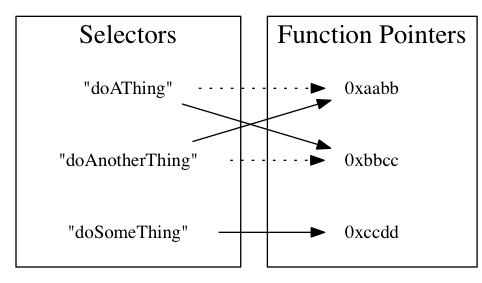
KKBOX/kkbox-ios-dev keeps this Graphviz diagram as selector/selector3.png. Above is the earlier version. Its source is kept beside it as selector/selector3.gv.
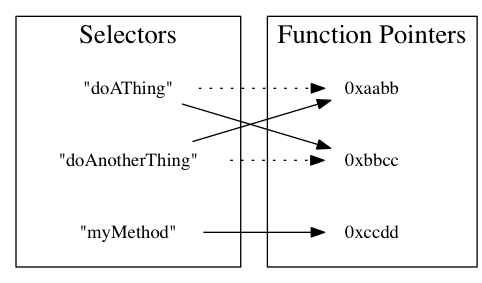
After the commit.

What changed in the source:
```diff
@@ -1,24 +1,24 @@
 digraph G {
-	rankdir=LR;
-	node [style=filled,color=white];
-	 subgraph cluster0 {
-	 	 label="Selectors"
-		 fontsize=20
-		 "\"doAThing\""
-		 "\"doAnotherThing\""
-		 "\"doSomeThing\""
-	}
-	 subgraph cluster1 {
-	 	 label="Function Pointers"
-		 fontsize=20
-		 "0xaabb"
-		 "0xbbcc"
-		 "0xccdd"
-	}
+    rankdir=LR;
+    node [style=filled,color=white];
+     subgraph cluster0 {
+         label="Selectors"
+         fontsize=20
+         "\"doAThing\""
+         "\"doAnotherThing\""
+         "\"myMethod\""
+    }
+     subgraph cluster1 {
+         label="Function Pointers"
+         fontsize=20
+         "0xaabb"
+         "0xbbcc"
+         "0xccdd"
+    }
 
-	"\"doAThing\""->"0xaabb"[style="dotted"]
-	"\"doAnotherThing\""->"0xbbcc"[style="dotted"]
-	"\"doAThing\""->"0xbbcc"
-	"\"doAnotherThing\""->"0xaabb"
-	"\"doSomeThing\""->"0xccdd"
+    "\"doAThing\""->"0xaabb"[style="dotted"]
+    "\"doAnotherThing\""->"0xbbcc"[style="dotted"]
+    "\"doAThing\""->"0xbbcc"
+    "\"doAnotherThing\""->"0xaabb"
+    "\"myMethod\""->"0xccdd"
 }
```
